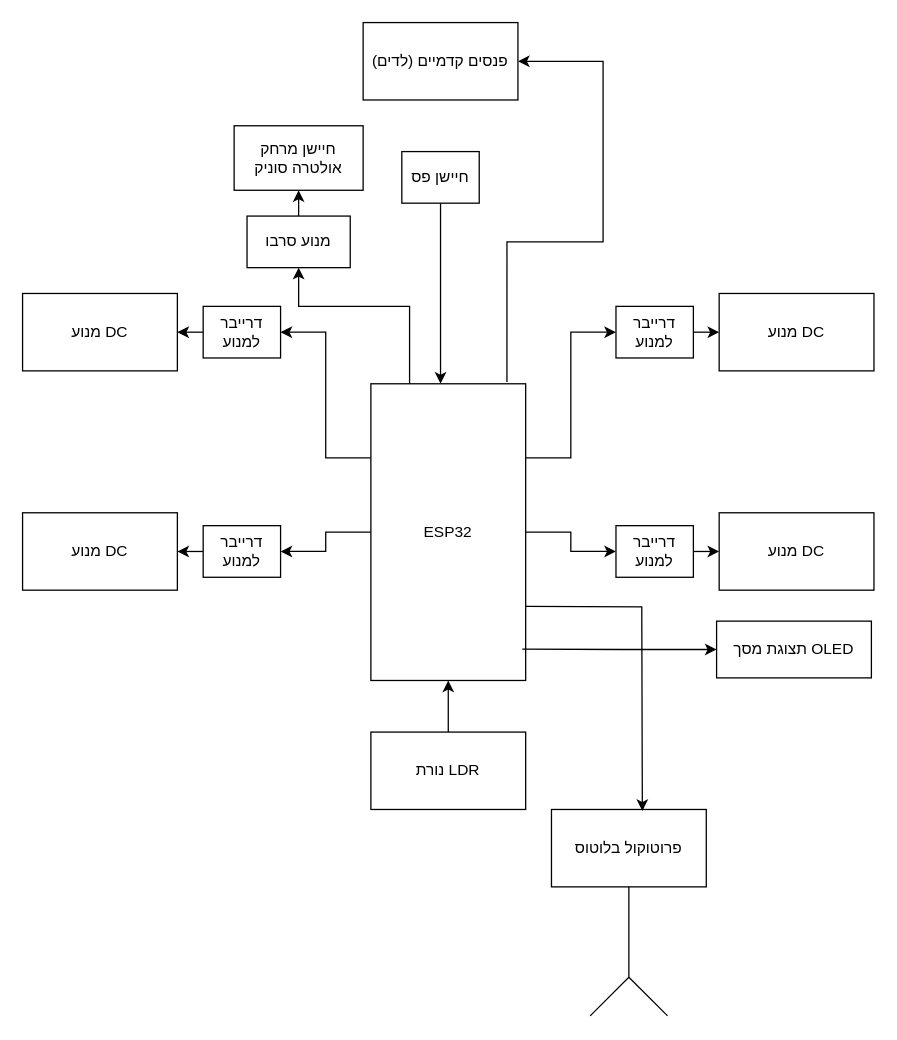
The draw.io diagram תרשים מלבנים מאסטרמ מעודכן.drawio in ShellySlavutin/Communication-of-two-autonomous-vehicles, before the edit. Source tidied: cells renumbered, new cells numbered last; positions are measured from the earlier drawing's top-left corner, leaving out a move shared by most shapes. Both pictures are drawn from the tidied source at 129%, with x=0, y=0 at pixel (22, 22).
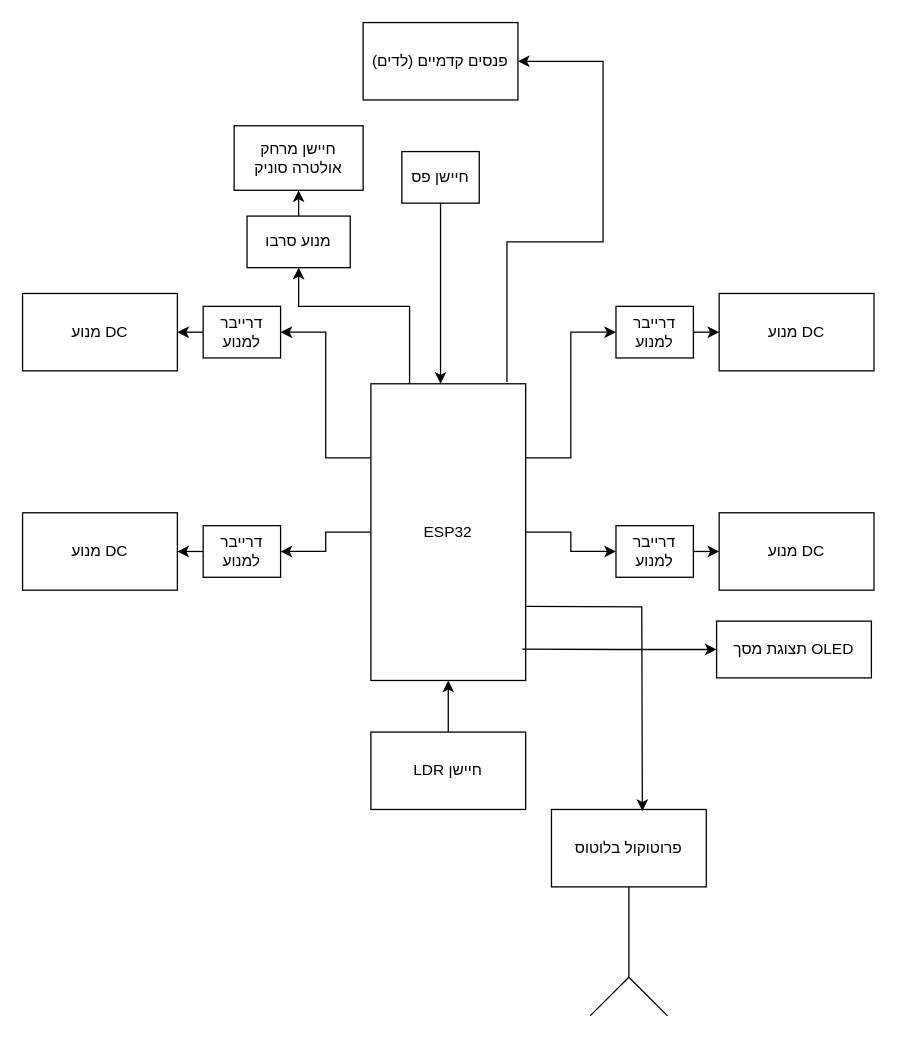
The same diagram, later.

What changed in the source:
```diff
@@
-    <mxCell id="11" value="נורת LDR" style="rounded=0;whiteSpace=wrap;html=1;" parent="1" vertex="1">
+    <mxCell id="11" value="LDR חיישן" style="rounded=0;whiteSpace=wrap;html=1;" parent="1" vertex="1">
       <mxGeometry x="270" y="550" width="120" height="60" as="geometry" />
     </mxCell>
```
